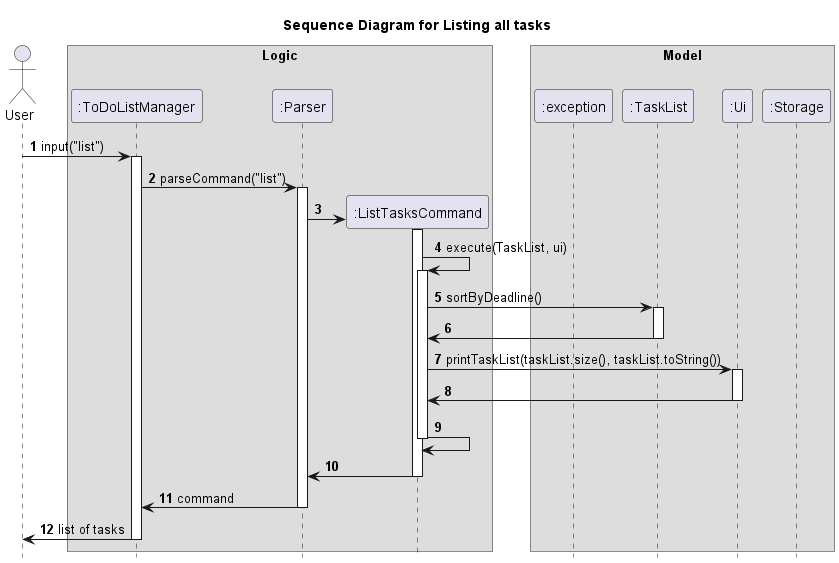
Above: docs/images/ListTasksCommandSequence.png in nus-cs2113-AY2223S2/tp (PlantUML), before the change. Its diagram source:
```plantuml
@startuml
autonumber
hide footbox
title Sequence Diagram for Listing all tasks

actor User

box Logic
participant ":ToDoListManager" as ToDoListManager
participant ":Parser" as Parser
participant ":ListTasksCommand" as ListTasksCommand
end box
box Model
participant ":exception" as exception
participant ":TaskList" as TaskList
participant ":Ui" as Ui
participant ":Storage" as Storage
end box

User -> ToDoListManager: input("list")
activate ToDoListManager
ToDoListManager -> Parser : parseCommand("list")
activate Parser
create ListTasksCommand
Parser -> ListTasksCommand
activate ListTasksCommand
ListTasksCommand -> ListTasksCommand : execute(TaskList, ui)
activate ListTasksCommand
ListTasksCommand -> TaskList : sortByDeadline()
activate TaskList
TaskList -> ListTasksCommand
deactivate TaskList
ListTasksCommand -> Ui : printTaskList(taskList.size(), taskList.toString())
activate Ui
Ui -> ListTasksCommand
deactivate Ui
ListTasksCommand -> ListTasksCommand
deactivate ListTasksCommand
ListTasksCommand -> Parser
deactivate ListTasksCommand
Parser -> ToDoListManager : command
deactivate Parser
deactivate ListTasksCommand
ToDoListManager -> User : list of tasks
deactivate ToDoListManager
@enduml
```
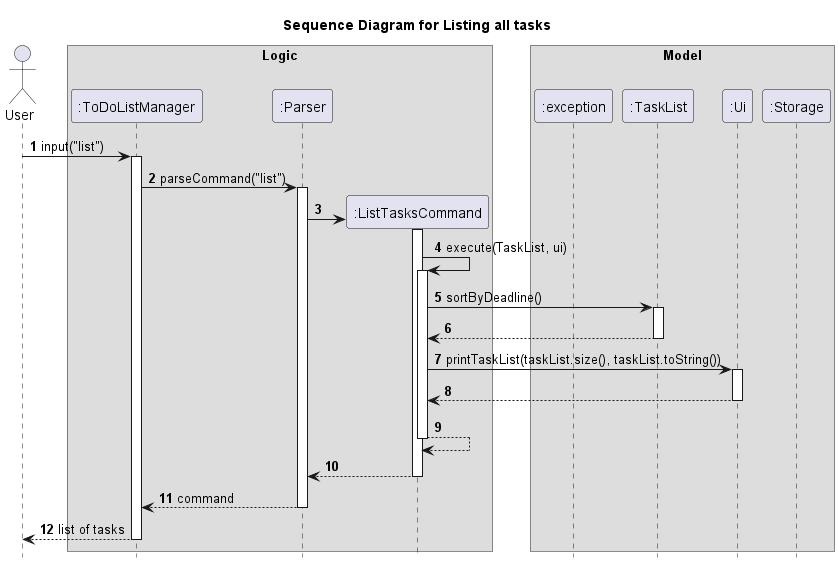
Later version of the same file.

Commit message:
Corrected diagram error

Diff of the diagram source:
```diff
@@ -28,19 +28,19 @@
 activate ListTasksCommand
 ListTasksCommand -> TaskList : sortByDeadline()
 activate TaskList
-TaskList -> ListTasksCommand
+TaskList --> ListTasksCommand
 deactivate TaskList
 ListTasksCommand -> Ui : printTaskList(taskList.size(), taskList.toString())
 activate Ui
-Ui -> ListTasksCommand
+Ui --> ListTasksCommand
 deactivate Ui
-ListTasksCommand -> ListTasksCommand
+ListTasksCommand --> ListTasksCommand
 deactivate ListTasksCommand
-ListTasksCommand -> Parser
+ListTasksCommand --> Parser
 deactivate ListTasksCommand
-Parser -> ToDoListManager : command
+Parser --> ToDoListManager : command
 deactivate Parser
 deactivate ListTasksCommand
-ToDoListManager -> User : list of tasks
+ToDoListManager --> User : list of tasks
 deactivate ToDoListManager
 @enduml
```
